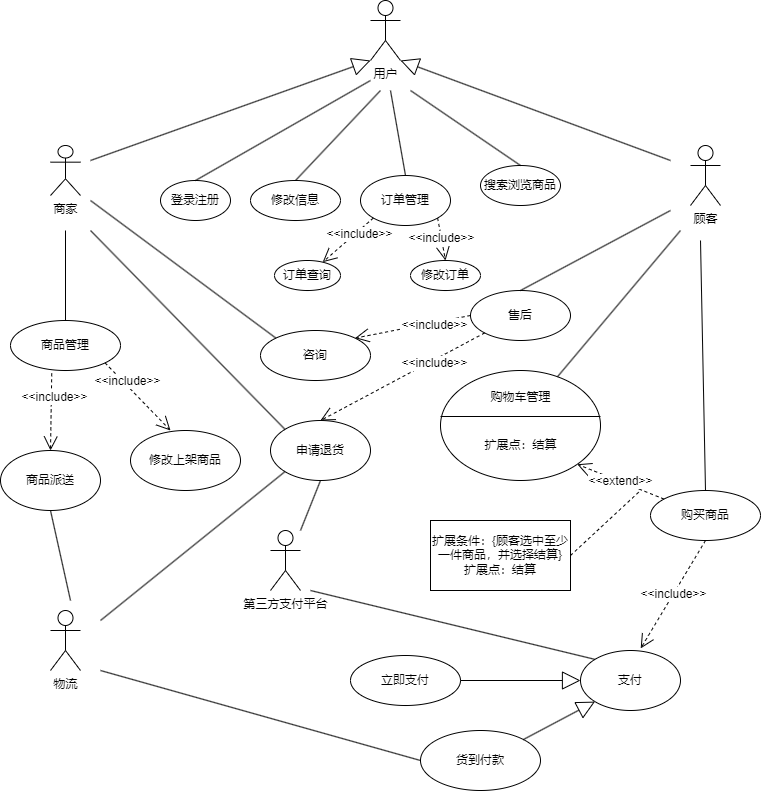
Earlier version of the draw.io export 实验1.drawio.png (ICEFJL/Experiment-with-software-development-methods). Source tidied: cells renumbered, new cells last; positions are measured from the earlier drawing's top-left corner, leaving out a move shared by most shapes.
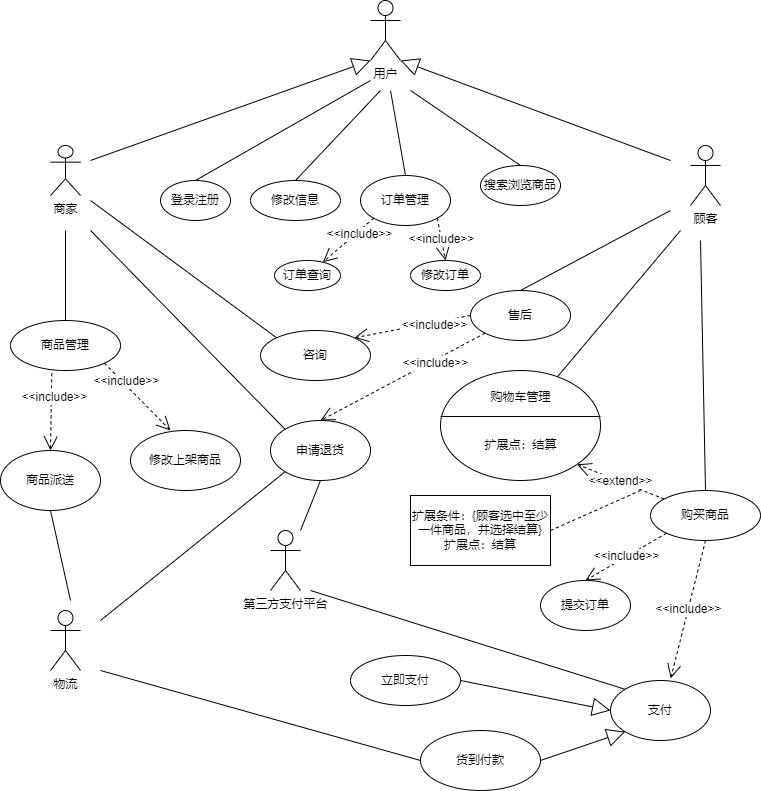
Later version of the same file.

Change to the diagram source:
```diff
@@ -85,7 +85,7 @@
       <mxGeometry x="650" y="490" width="110" height="50" as="geometry" />
     </mxCell>
     <mxCell id="24" value="支付" style="ellipse;whiteSpace=wrap;html=1;" parent="1" vertex="1">
-      <mxGeometry x="580" y="650" width="100" height="60" as="geometry" />
+      <mxGeometry x="610" y="680" width="100" height="60" as="geometry" />
     </mxCell>
     <mxCell id="25" value="商品管理" style="ellipse;whiteSpace=wrap;html=1;" parent="1" vertex="1">
       <mxGeometry x="10" y="320" width="110" height="50" as="geometry" />
@@ -132,7 +132,7 @@
     <mxCell id="37" style="endArrow=block;endSize=16;endFill=0;html=1;rounded=0;exitX=1;exitY=0.5;exitDx=0;exitDy=0;entryX=0;entryY=0.5;entryDx=0;entryDy=0;" parent="1" edge="1" source="35" target="24">
       <mxGeometry relative="1" as="geometry" />
     </mxCell>
-    <mxCell id="38" style="endArrow=block;endSize=16;endFill=0;html=1;rounded=0;exitX=1;exitY=0;exitDx=0;exitDy=0;entryX=0;entryY=1;entryDx=0;entryDy=0;" parent="1" edge="1" source="36" target="24">
+    <mxCell id="38" style="endArrow=block;endSize=16;endFill=0;html=1;rounded=0;exitX=1;exitY=0.5;exitDx=0;exitDy=0;entryX=0;entryY=1;entryDx=0;entryDy=0;" parent="1" edge="1" source="36" target="24">
       <mxGeometry relative="1" as="geometry" />
     </mxCell>
     <mxCell id="39" style="endArrow=none;html=1;rounded=0;exitX=0;exitY=0;exitDx=0;exitDy=0;" parent="1" edge="1" source="30">
@@ -163,7 +163,7 @@
       <mxGeometry x="470" y="430" width="100" height="30" as="geometry" />
     </mxCell>
     <mxCell id="46" value="扩展条件：{顾客选中至少一件商品，并选择结算}&lt;br&gt;扩展点：结算" style="rounded=0;whiteSpace=wrap;html=1;" parent="1" vertex="1">
-      <mxGeometry x="430" y="520" width="140" height="70" as="geometry" />
+      <mxGeometry x="410" y="495" width="140" height="70" as="geometry" />
     </mxCell>
     <mxCell id="47" style="endArrow=none;dashed=1;html=1;rounded=0;exitX=1;exitY=0.5;exitDx=0;exitDy=0;" parent="1" edge="1" source="46">
       <mxGeometry relative="1" as="geometry">
@@ -202,5 +202,11 @@
         <mxPoint x="70" y="600" as="targetPoint" />
       </mxGeometry>
     </mxCell>
+    <mxCell id="56" value="&amp;lt;&amp;lt;include&amp;gt;&amp;gt;" style="endArrow=open;endSize=12;dashed=1;html=1;rounded=0;exitX=0;exitY=1;exitDx=0;exitDy=0;entryX=0.5;entryY=0;entryDx=0;entryDy=0;" parent="1" edge="1" source="23" target="57">
+      <mxGeometry relative="1" as="geometry" />
+    </mxCell>
+    <mxCell id="57" value="提交订单" style="ellipse;whiteSpace=wrap;html=1;" parent="1" vertex="1">
+      <mxGeometry x="540" y="580" width="90" height="50" as="geometry" />
+    </mxCell>
   </root>
 </mxGraphModel>
```
